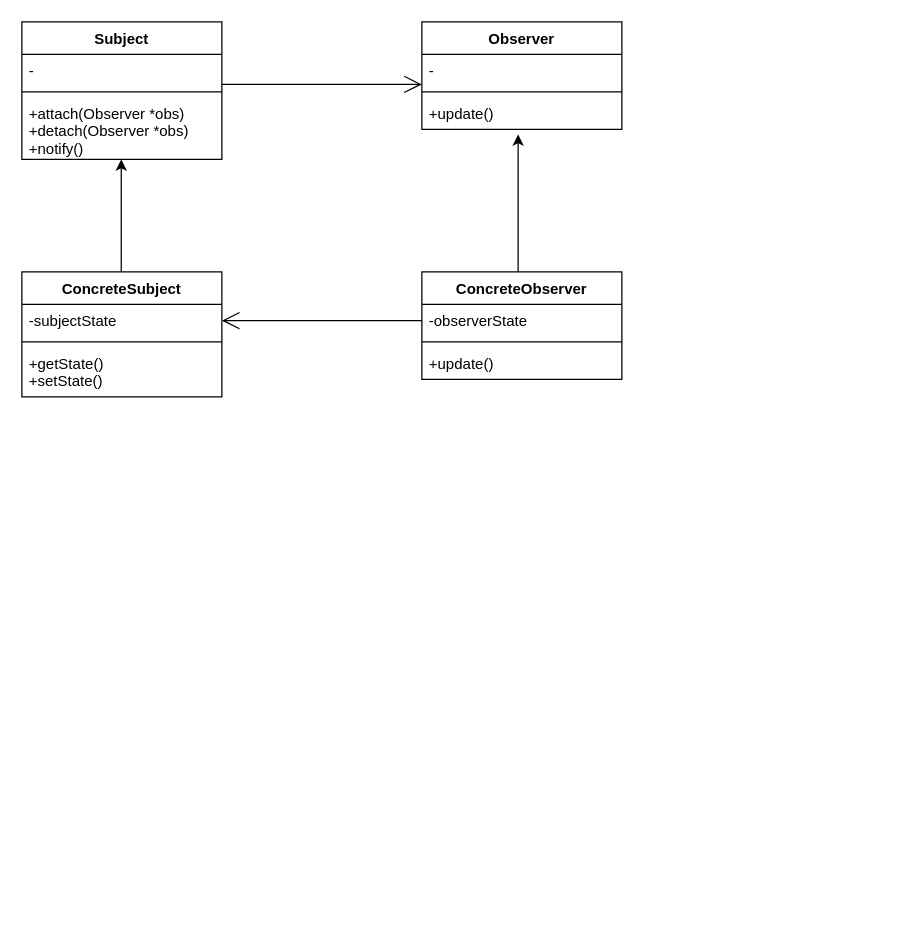
Earlier version of the draw.io diagram ObserverPattern.drawio (yukun093/observerPattern). Source tidied: cells renumbered, new cells numbered last; positions are measured from the earlier drawing's top-left corner, leaving out a move shared by most shapes. Both pictures are drawn from the tidied source at 125%, with x=0, y=0 at pixel (21, 21).
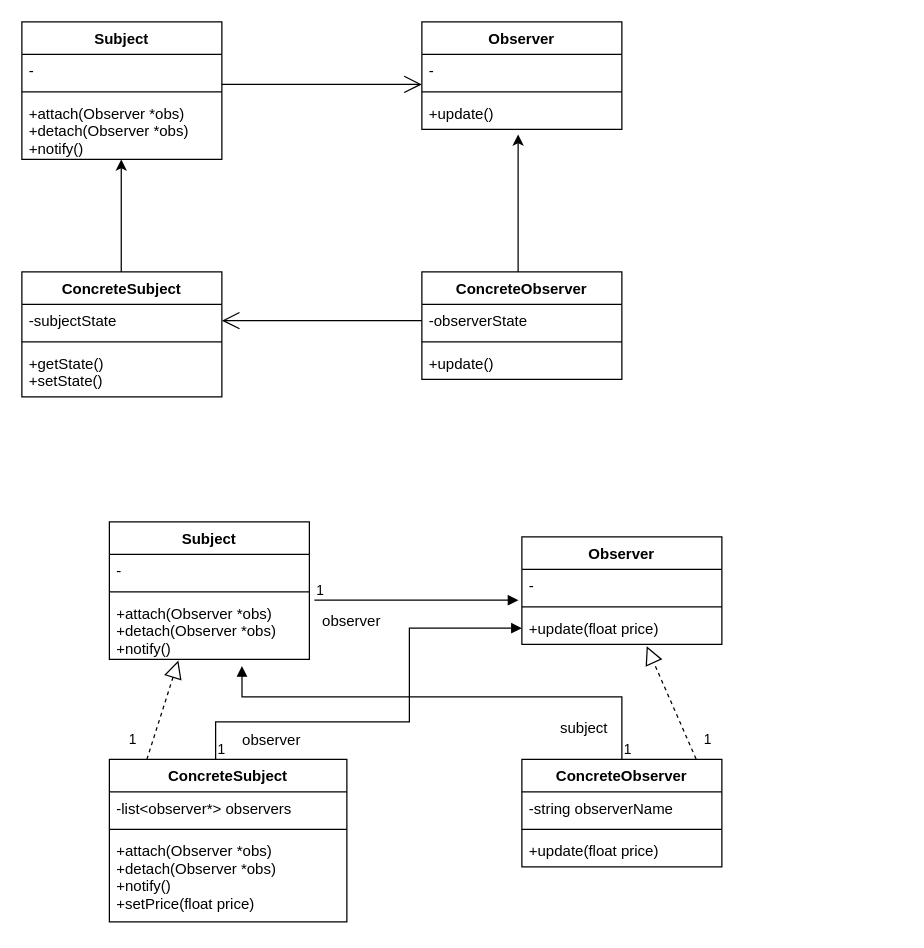
The same diagram, later.

Commit message:
add concrete ticket selling example

What changed in the source:
```diff
@@
+    <mxCell id="22" value="ConcreteSubject" style="swimlane;fontStyle=1;align=center;verticalAlign=top;horizontal=1;startSize=26;" parent="1" vertex="1">
+      <mxGeometry x="70" y="590" width="190" height="130" as="geometry" />
+    </mxCell>
+    <mxCell id="23" value="-list&lt;observer*&gt; observers" style="text;strokeColor=none;fillColor=none;align=left;verticalAlign=top;spacingLeft=4;spacingRight=4;overflow=hidden;" parent="22" vertex="1">
+      <mxGeometry y="26" width="190" height="26" as="geometry" />
+    </mxCell>
+    <mxCell id="24" style="line;strokeWidth=1;fillColor=none;align=left;verticalAlign=middle;spacingTop=-1;spacingLeft=3;spacingRight=3;labelPosition=right;" parent="22" vertex="1">
+      <mxGeometry y="52" width="190" height="8" as="geometry" />
+    </mxCell>
+    <mxCell id="25" value="+attach(Observer *obs)&#10;+detach(Observer *obs)&#10;+notify()&#10;+setPrice(float price)" style="text;strokeColor=none;fillColor=none;align=left;verticalAlign=top;spacingLeft=4;spacingRight=4;overflow=hidden;" parent="22" vertex="1">
+      <mxGeometry y="60" width="190" height="70" as="geometry" />
+    </mxCell>
+    <mxCell id="26" value="Observer" style="swimlane;fontStyle=1;align=center;verticalAlign=top;horizontal=1;startSize=26;" parent="1" vertex="1">
+      <mxGeometry x="400" y="412" width="160" height="86" as="geometry" />
+    </mxCell>
+    <mxCell id="27" value="-" style="text;strokeColor=none;fillColor=none;align=left;verticalAlign=top;spacingLeft=4;spacingRight=4;overflow=hidden;points=[[0,0.5],[1,0.5]];portConstraint=eastwest;" parent="26" vertex="1">
+      <mxGeometry y="26" width="160" height="26" as="geometry" />
+    </mxCell>
+    <mxCell id="28" style="line;strokeWidth=1;fillColor=none;align=left;verticalAlign=middle;spacingTop=-1;spacingLeft=3;spacingRight=3;labelPosition=right;" parent="26" vertex="1">
+      <mxGeometry y="52" width="160" height="8" as="geometry" />
+    </mxCell>
+    <mxCell id="29" value="+update(float price)" style="text;strokeColor=none;fillColor=none;align=left;verticalAlign=top;spacingLeft=4;spacingRight=4;overflow=hidden;points=[[0,0.5],[1,0.5]];portConstraint=eastwest;" parent="26" vertex="1">
+      <mxGeometry y="60" width="160" height="26" as="geometry" />
+    </mxCell>
+    <mxCell id="30" value="ConcreteObserver" style="swimlane;fontStyle=1;align=center;verticalAlign=top;horizontal=1;startSize=26;" parent="1" vertex="1">
+      <mxGeometry x="400" y="590" width="160" height="86" as="geometry" />
+    </mxCell>
+    <mxCell id="31" value="-string observerName" style="text;strokeColor=none;fillColor=none;align=left;verticalAlign=top;spacingLeft=4;spacingRight=4;overflow=hidden;" parent="30" vertex="1">
+      <mxGeometry y="26" width="160" height="26" as="geometry" />
+    </mxCell>
+    <mxCell id="32" style="line;strokeWidth=1;fillColor=none;align=left;verticalAlign=middle;spacingTop=-1;spacingLeft=3;spacingRight=3;labelPosition=right;" parent="30" vertex="1">
+      <mxGeometry y="52" width="160" height="8" as="geometry" />
+    </mxCell>
+    <mxCell id="33" value="+update(float price)" style="text;strokeColor=none;fillColor=none;align=left;verticalAlign=top;spacingLeft=4;spacingRight=4;overflow=hidden;" parent="30" vertex="1">
+      <mxGeometry y="60" width="160" height="26" as="geometry" />
+    </mxCell>
+    <mxCell id="34" value="Subject" style="swimlane;fontStyle=1;align=center;verticalAlign=top;horizontal=1;startSize=26;" parent="1" vertex="1">
+      <mxGeometry x="70" y="400" width="160" height="110" as="geometry" />
+    </mxCell>
+    <mxCell id="35" value="-" style="text;strokeColor=none;fillColor=none;align=left;verticalAlign=top;spacingLeft=4;spacingRight=4;overflow=hidden;" parent="34" vertex="1">
+      <mxGeometry y="26" width="160" height="26" as="geometry" />
+    </mxCell>
+    <mxCell id="36" style="line;strokeWidth=1;fillColor=none;align=left;verticalAlign=middle;spacingTop=-1;spacingLeft=3;spacingRight=3;labelPosition=right;" parent="34" vertex="1">
+      <mxGeometry y="52" width="160" height="8" as="geometry" />
+    </mxCell>
+    <mxCell id="37" value="+attach(Observer *obs)&#10;+detach(Observer *obs)&#10;+notify()" style="text;strokeColor=none;fillColor=none;align=left;verticalAlign=top;spacingLeft=4;spacingRight=4;overflow=hidden;points=[[0,0.5],[1,0.5]];portConstraint=eastwest;" parent="34" vertex="1">
+      <mxGeometry y="60" width="160" height="50" as="geometry" />
+    </mxCell>
+    <mxCell id="38" style="endArrow=block;endFill=1;html=1;edgeStyle=orthogonalEdgeStyle;align=left;verticalAlign=top;rounded=0;exitX=1.025;exitY=0.053;exitDx=0;exitDy=0;exitPerimeter=0;entryX=-0.017;entryY=0.949;entryDx=0;entryDy=0;entryPerimeter=0;" parent="1" edge="1" source="37" target="27">
+      <mxGeometry x="-0.56" y="-117" relative="1" as="geometry" />
+    </mxCell>
+    <mxCell id="39" value="1" style="edgeLabel;html=1;align=left;verticalAlign=bottom;" parent="38" vertex="1">
+      <mxGeometry x="-1" relative="1" as="geometry" />
+    </mxCell>
+    <mxCell id="40" style="endArrow=block;endFill=1;html=1;edgeStyle=orthogonalEdgeStyle;align=left;verticalAlign=top;rounded=0;entryX=0;entryY=0.5;entryDx=0;entryDy=0;" parent="1" edge="1" target="29">
+      <mxGeometry x="-0.03" y="-20" relative="1" as="geometry">
+        <mxPoint x="155" y="590" as="sourcePoint" />
+        <Array as="points">
+          <mxPoint x="155" y="590" />
+          <mxPoint x="155" y="560" />
+          <mxPoint x="310" y="560" />
+          <mxPoint x="310" y="485" />
+        </Array>
+      </mxGeometry>
+    </mxCell>
+    <mxCell id="41" value="1" style="edgeLabel;html=1;align=left;verticalAlign=bottom;" parent="40" vertex="1">
+      <mxGeometry x="-1" relative="1" as="geometry" />
+    </mxCell>
+    <mxCell id="42" value="observer" style="text;html=1;strokeColor=none;fillColor=none;align=center;verticalAlign=middle;whiteSpace=wrap;rounded=0;" parent="1" vertex="1">
+      <mxGeometry x="170" y="560" width="60" height="30" as="geometry" />
+    </mxCell>
+    <mxCell id="43" value="observer" style="text;html=1;strokeColor=none;fillColor=none;align=center;verticalAlign=middle;whiteSpace=wrap;rounded=0;" parent="1" vertex="1">
+      <mxGeometry x="234" y="465" width="60" height="30" as="geometry" />
+    </mxCell>
+    <mxCell id="44" style="endArrow=block;endFill=1;html=1;edgeStyle=orthogonalEdgeStyle;align=left;verticalAlign=top;rounded=0;exitX=0.5;exitY=0;exitDx=0;exitDy=0;entryX=0.663;entryY=1.107;entryDx=0;entryDy=0;entryPerimeter=0;" parent="1" edge="1" source="30" target="37">
+      <mxGeometry x="-1" relative="1" as="geometry">
+        <Array as="points">
+          <mxPoint x="480" y="540" />
+          <mxPoint x="176" y="540" />
+        </Array>
+      </mxGeometry>
+    </mxCell>
+    <mxCell id="45" value="1" style="edgeLabel;html=1;align=left;verticalAlign=bottom;" parent="44" vertex="1">
+      <mxGeometry x="-1" relative="1" as="geometry" />
+    </mxCell>
+    <mxCell id="46" value="subject" style="text;html=1;strokeColor=none;fillColor=none;align=center;verticalAlign=middle;whiteSpace=wrap;rounded=0;" parent="1" vertex="1">
+      <mxGeometry x="420" y="550" width="60" height="30" as="geometry" />
+    </mxCell>
+    <mxCell id="47" style="group;" parent="1" vertex="1">
+      <mxGeometry x="84" y="582" width="16" height="8" as="geometry" />
+    </mxCell>
+    <mxCell id="48" style="endArrow=block;dashed=1;endFill=0;endSize=12;html=1;rounded=0;entryX=0.345;entryY=1.017;entryDx=0;entryDy=0;entryPerimeter=0;" parent="47" edge="1" target="37">
+      <mxGeometry relative="1" as="geometry">
+        <mxPoint x="16" y="8" as="sourcePoint" />
+        <Array as="points">
+          <mxPoint x="16" y="8" />
+        </Array>
+      </mxGeometry>
+    </mxCell>
+    <mxCell id="49" value="1" style="edgeLabel;html=1;align=left;verticalAlign=bottom;" parent="47" vertex="1">
+      <mxGeometry x="160" y="-102" as="geometry">
+        <mxPoint x="-160" y="102" as="offset" />
+      </mxGeometry>
+    </mxCell>
+    <mxCell id="50" style="group;" parent="1" vertex="1">
+      <mxGeometry x="544" y="582" width="16" height="8" as="geometry" />
+    </mxCell>
+    <mxCell id="51" value="1" style="edgeLabel;html=1;align=left;verticalAlign=bottom;" parent="50" vertex="1">
+      <mxGeometry x="160" y="-102" as="geometry">
+        <mxPoint x="-160" y="102" as="offset" />
+      </mxGeometry>
+    </mxCell>
+    <mxCell id="52" style="endArrow=block;dashed=1;endFill=0;endSize=12;html=1;rounded=0;entryX=0.624;entryY=1.059;entryDx=0;entryDy=0;entryPerimeter=0;exitX=0.871;exitY=-0.004;exitDx=0;exitDy=0;exitPerimeter=0;" parent="1" edge="1" source="30" target="29">
+      <mxGeometry relative="1" as="geometry" />
+    </mxCell>
```
